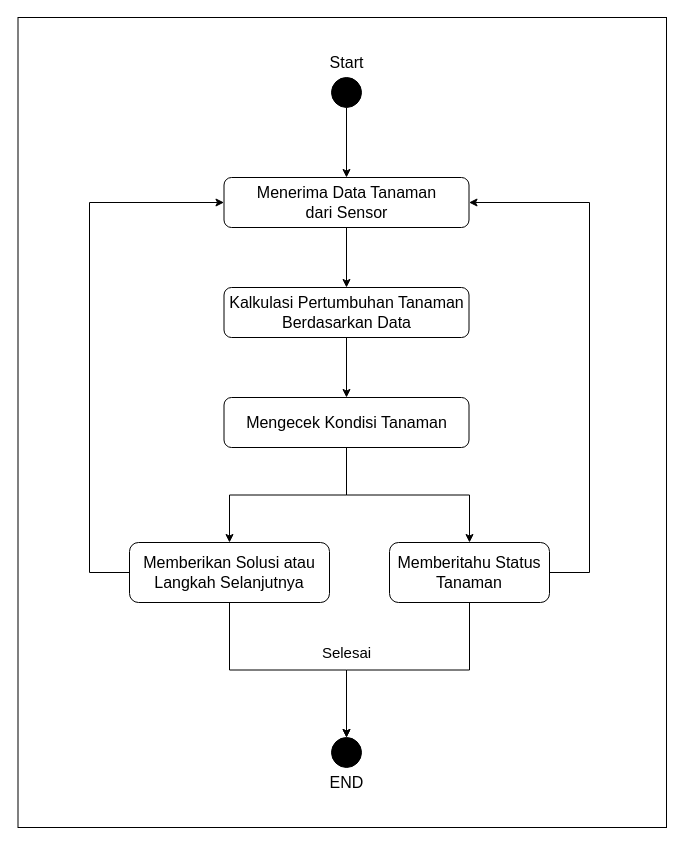
This is Copy of statediagram.drawio from kaniadinda/flowchart, a draw.io file, before an edit. Source tidied: cells renumbered, new cells numbered last; positions are measured from the earlier drawing's top-left corner, leaving out a move shared by most shapes. Both pictures are drawn from the tidied source at 100%, with x=0, y=0 at pixel (18, 17).
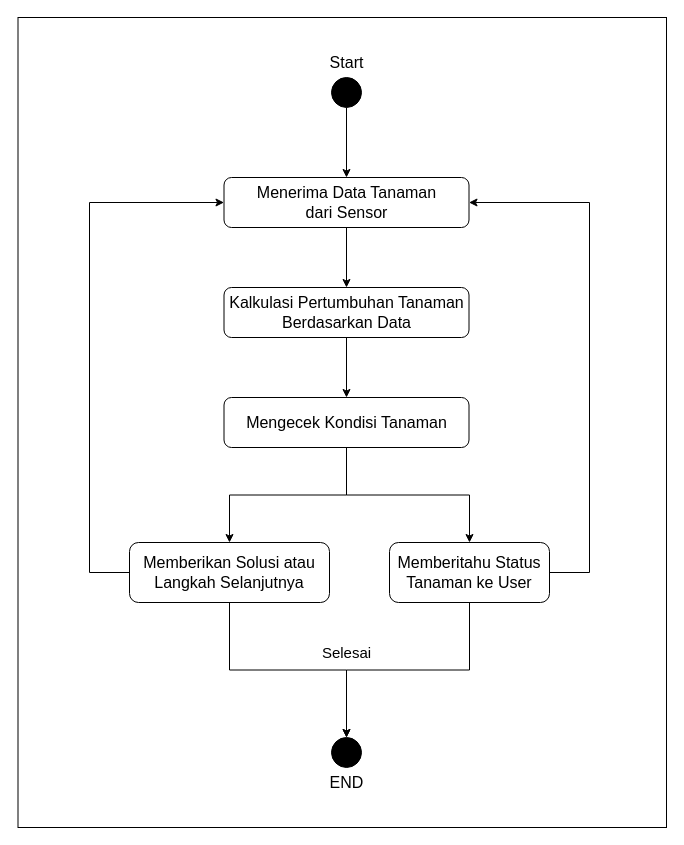
After the change.

Change to the diagram source:
```diff
@@
-    <mxCell id="12" value="&lt;span style=&quot;font-size: 16px;&quot;&gt;Memberitahu Status Tanaman&lt;/span&gt;" style="rounded=1;whiteSpace=wrap;html=1;" parent="1" vertex="1">
+    <mxCell id="12" value="&lt;span style=&quot;font-size: 16px;&quot;&gt;Memberitahu Status Tanaman ke User&lt;/span&gt;" style="rounded=1;whiteSpace=wrap;html=1;" parent="1" vertex="1">
       <mxGeometry x="371" y="525" width="160" height="60" as="geometry" />
     </mxCell>
```
